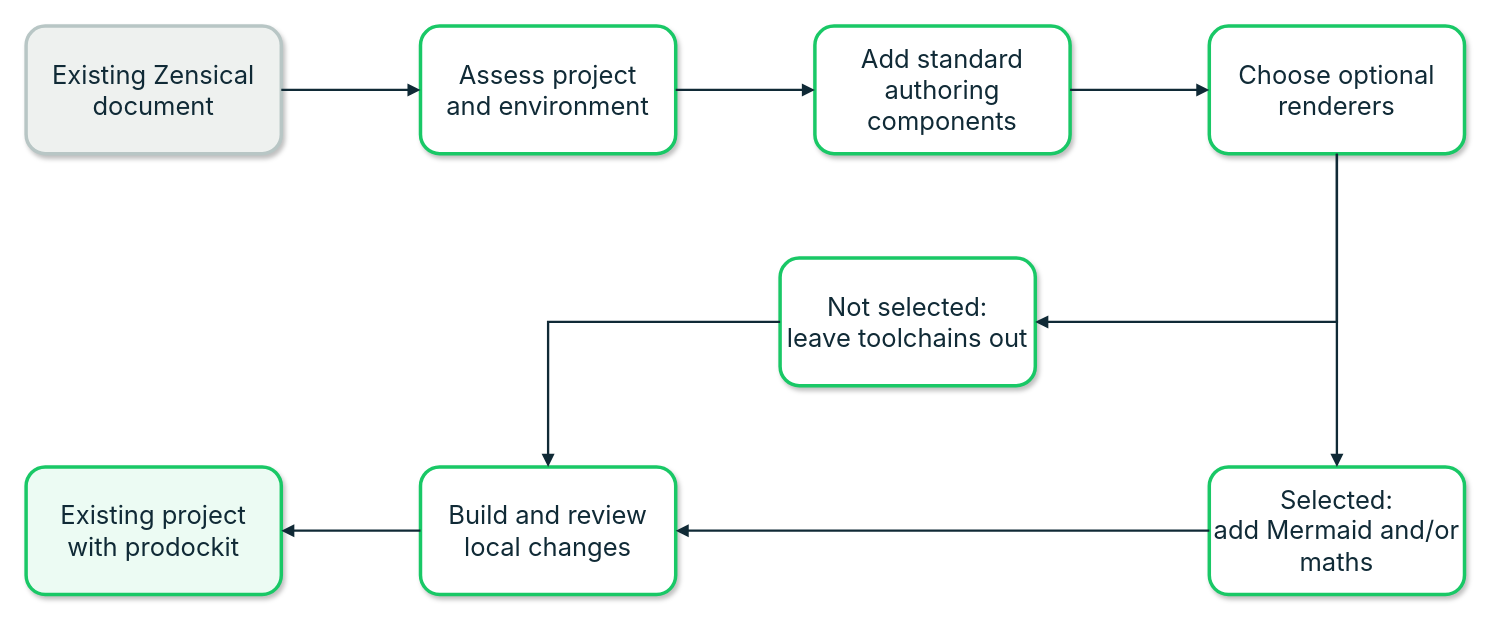
The draw.io diagram tools/documentation-diagrams/adoption-workflow.drawio in buckwem/prodockit-extensions, before the edit. Source tidied: cells renumbered, new cells numbered last; positions are measured from the earlier drawing's top-left corner, leaving out a move shared by most shapes. Both pictures are drawn from the tidied source at 116%, with x=0, y=0 at pixel (26, 26).
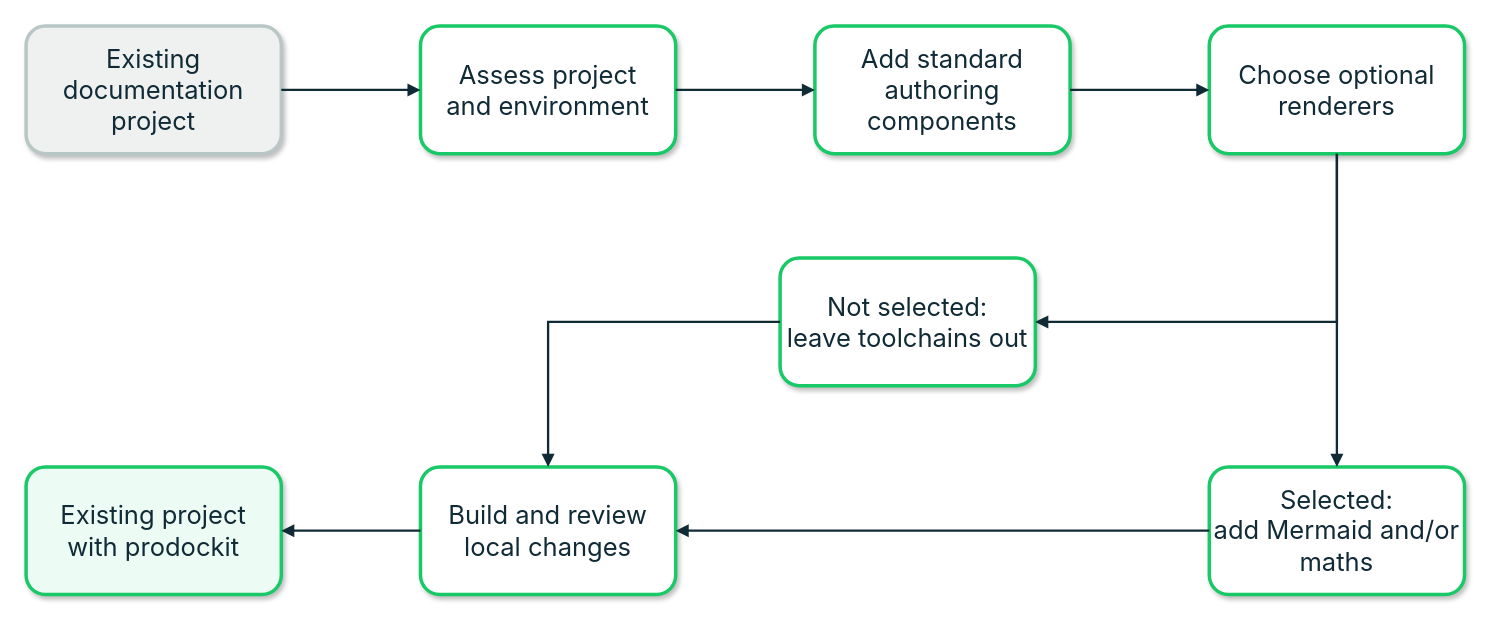
Above is the later version.

The edit, as a diff of the source:
```diff
@@
 <mxGraphModel>
   <root>
     <mxCell id="0" />
     <mxCell id="1" parent="0" />
-    <mxCell id="2" value="Existing Zensical&lt;br&gt;document" style="rounded=1;whiteSpace=wrap;html=1;fillColor=#eef1ef;strokeColor=#b8c6c5;strokeWidth=3;fontColor=#102a36;fontSize=22;fontFamily=Inter;shadow=1;" parent="1" vertex="1">
+    <mxCell id="2" value="Existing documentation&lt;br&gt;project" style="rounded=1;whiteSpace=wrap;html=1;fillColor=#eef1ef;strokeColor=#b8c6c5;strokeWidth=3;fontColor=#102a36;fontSize=22;fontFamily=Inter;shadow=1;" parent="1" vertex="1">
       <mxGeometry width="220" height="110" as="geometry" />
     </mxCell>
     <mxCell id="3" value="Assess project&lt;br&gt;and environment" style="rounded=1;whiteSpace=wrap;html=1;fillColor=#ffffff;strokeColor=#19c866;strokeWidth=3;fontColor=#102a36;fontSize=22;fontFamily=Inter;shadow=1;" parent="1" vertex="1">
       <mxGeometry x="340" width="220" height="110" as="geometry" />
     </mxCell>
     <mxCell id="4" value="Add standard&lt;br&gt;authoring components" style="rounded=1;whiteSpace=wrap;html=1;fillColor=#ffffff;strokeColor=#19c866;strokeWidth=3;fontColor=#102a36;fontSize=22;fontFamily=Inter;shadow=1;" parent="1" vertex="1">
       <mxGeometry x="680" width="220" height="110" as="geometry" />
     </mxCell>
     <mxCell id="5" value="Choose optional&lt;br&gt;renderers" style="rounded=1;whiteSpace=wrap;html=1;fillColor=#ffffff;strokeColor=#19c866;strokeWidth=3;fontColor=#102a36;fontSize=22;fontFamily=Inter;shadow=1;" parent="1" vertex="1">
       <mxGeometry x="1020" width="220" height="110" as="geometry" />
     </mxCell>
     <mxCell id="6" value="Not selected:&lt;br&gt;leave toolchains out" style="rounded=1;whiteSpace=wrap;html=1;fillColor=#ffffff;strokeColor=#19c866;strokeWidth=3;fontColor=#102a36;fontSize=22;fontFamily=Inter;shadow=1;" parent="1" vertex="1">
       <mxGeometry x="650" y="200" width="220" height="110" as="geometry" />
     </mxCell>
     <mxCell id="7" value="Selected:&lt;br&gt;add Mermaid and/or maths" style="rounded=1;whiteSpace=wrap;html=1;fillColor=#ffffff;strokeColor=#19c866;strokeWidth=3;fontColor=#102a36;fontSize=22;fontFamily=Inter;shadow=1;" parent="1" vertex="1">
       <mxGeometry x="1020" y="380" width="220" height="110" as="geometry" />
     </mxCell>
     <mxCell id="8" value="Build and review&lt;br&gt;local changes" style="rounded=1;whiteSpace=wrap;html=1;fillColor=#ffffff;strokeColor=#19c866;strokeWidth=3;fontColor=#102a36;fontSize=22;fontFamily=Inter;shadow=1;" parent="1" vertex="1">
       <mxGeometry x="340" y="380" width="220" height="110" as="geometry" />
     </mxCell>
     <mxCell id="9" value="Existing project&lt;br&gt;with prodockit" style="rounded=1;whiteSpace=wrap;html=1;fillColor=#ecfbf3;strokeColor=#19c866;strokeWidth=3;fontColor=#102a36;fontSize=22;fontFamily=Inter;shadow=1;" parent="1" vertex="1">
       <mxGeometry y="380" width="220" height="110" as="geometry" />
     </mxCell>
     <mxCell id="10" style="edgeStyle=orthogonalEdgeStyle;rounded=0;jettySize=auto;html=1;strokeColor=#102a36;strokeWidth=2;endArrow=block;endFill=1;fontSize=18;fontColor=#102a36;fontFamily=Inter;labelBackgroundColor=#ffffff;" parent="1" edge="1" source="2" target="3">
       <mxGeometry relative="1" as="geometry" />
     </mxCell>
     <mxCell id="11" style="edgeStyle=orthogonalEdgeStyle;rounded=0;jettySize=auto;html=1;strokeColor=#102a36;strokeWidth=2;endArrow=block;endFill=1;fontSize=18;fontColor=#102a36;fontFamily=Inter;labelBackgroundColor=#ffffff;" parent="1" edge="1" source="3" target="4">
       <mxGeometry relative="1" as="geometry" />
     </mxCell>
     <mxCell id="12" style="edgeStyle=orthogonalEdgeStyle;rounded=0;jettySize=auto;html=1;strokeColor=#102a36;strokeWidth=2;endArrow=block;endFill=1;fontSize=18;fontColor=#102a36;fontFamily=Inter;labelBackgroundColor=#ffffff;" parent="1" edge="1" source="4" target="5">
       <mxGeometry relative="1" as="geometry" />
     </mxCell>
     <mxCell id="13" style="edgeStyle=orthogonalEdgeStyle;rounded=0;jettySize=auto;html=1;strokeColor=#102a36;strokeWidth=2;endArrow=block;endFill=1;fontSize=18;fontColor=#102a36;fontFamily=Inter;labelBackgroundColor=#ffffff;" parent="1" edge="1" source="5" target="7">
       <mxGeometry relative="1" as="geometry" />
     </mxCell>
     <mxCell id="14" style="edgeStyle=orthogonalEdgeStyle;rounded=0;jettySize=auto;html=1;strokeColor=#102a36;strokeWidth=2;endArrow=block;endFill=1;fontSize=18;fontColor=#102a36;fontFamily=Inter;labelBackgroundColor=#ffffff;entryX=1;entryY=0.5;entryDx=0;entryDy=0;" parent="1" edge="1" source="5" target="6">
       <mxGeometry relative="1" as="geometry">
         <Array as="points">
           <mxPoint x="1130" y="255" />
         </Array>
       </mxGeometry>
     </mxCell>
     <mxCell id="15" style="edgeStyle=orthogonalEdgeStyle;rounded=0;jettySize=auto;html=1;strokeColor=#102a36;strokeWidth=2;endArrow=block;endFill=1;fontSize=18;fontColor=#102a36;fontFamily=Inter;labelBackgroundColor=#ffffff;" parent="1" edge="1" source="7" target="8">
       <mxGeometry relative="1" as="geometry" />
     </mxCell>
     <mxCell id="16" style="edgeStyle=orthogonalEdgeStyle;rounded=0;jettySize=auto;html=1;strokeColor=#102a36;strokeWidth=2;endArrow=block;endFill=1;fontSize=18;fontColor=#102a36;fontFamily=Inter;labelBackgroundColor=#ffffff;" parent="1" edge="1" source="6" target="8">
       <mxGeometry relative="1" as="geometry" />
     </mxCell>
     <mxCell id="17" style="edgeStyle=orthogonalEdgeStyle;rounded=0;jettySize=auto;html=1;strokeColor=#102a36;strokeWidth=2;endArrow=block;endFill=1;fontSize=18;fontColor=#102a36;fontFamily=Inter;labelBackgroundColor=#ffffff;" parent="1" edge="1" source="8" target="9">
       <mxGeometry relative="1" as="geometry" />
     </mxCell>
   </root>
 </mxGraphModel>
```
